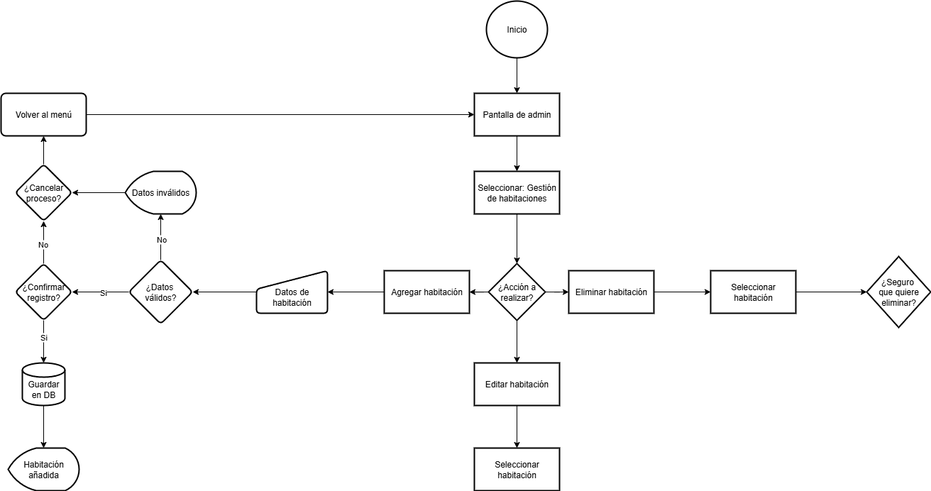
DjGuetta/App-Hotel-Management keeps this draw.io diagram as Flujograma de gestión de habitaciones.png. Above is the earlier version. Source tidied: cells renumbered, new cells last; positions are measured from the earlier drawing's top-left corner, leaving out a move shared by most shapes.
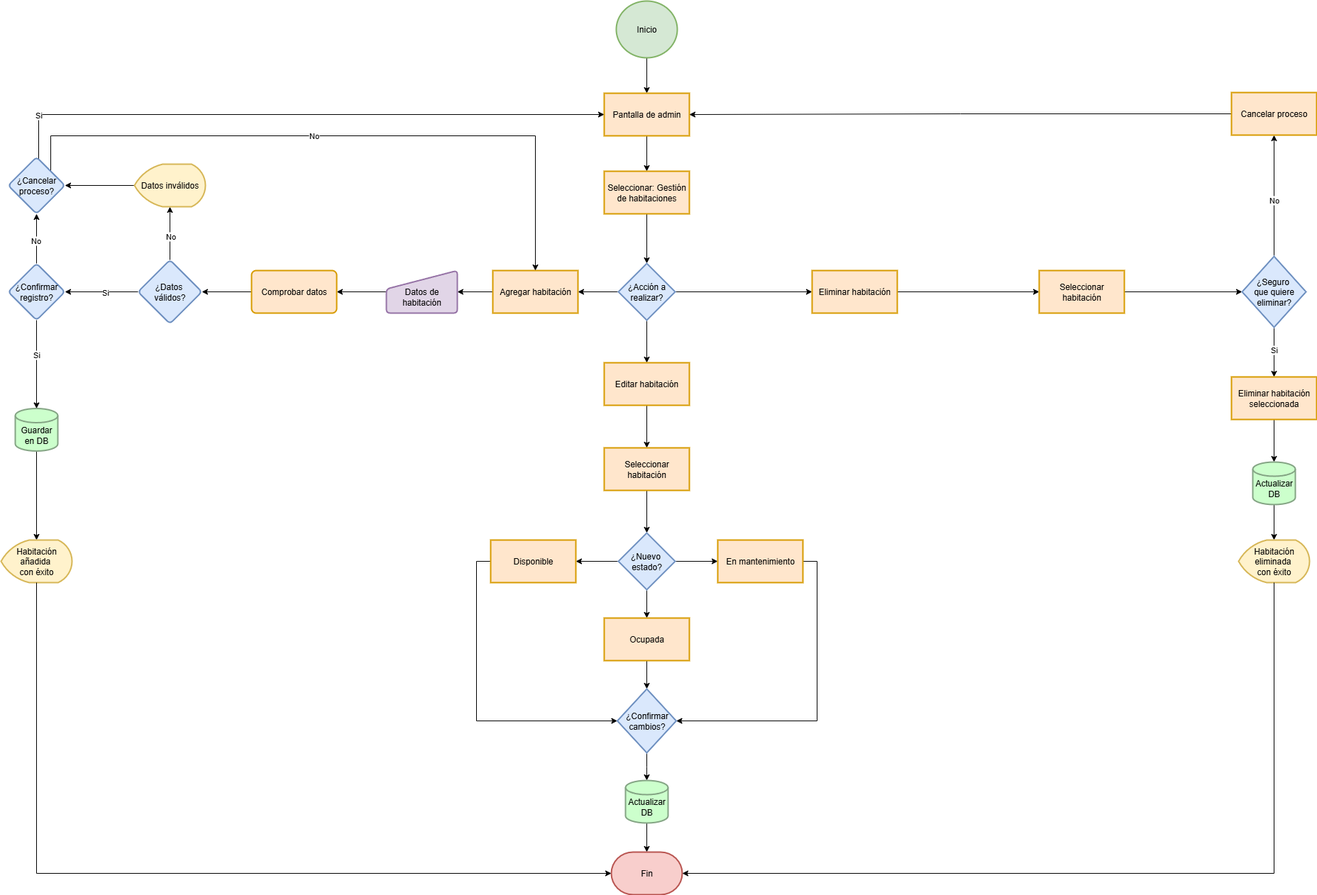
After the change.

Commit message:
Culminación de flujograma

Change to the diagram source:
```diff
@@ -5,19 +5,19 @@
     <mxCell id="2" style="edgeStyle=orthogonalEdgeStyle;rounded=0;jettySize=auto;html=1;" parent="1" edge="1" source="3" target="5">
       <mxGeometry relative="1" as="geometry" />
     </mxCell>
-    <mxCell id="3" value="Inicio" style="strokeWidth=2;html=1;shape=mxgraph.flowchart.start_2;whiteSpace=wrap;" parent="1" vertex="1">
+    <mxCell id="3" value="Inicio" style="strokeWidth=2;html=1;shape=mxgraph.flowchart.start_2;whiteSpace=wrap;fillColor=#d5e8d4;strokeColor=#82b366;" parent="1" vertex="1">
       <mxGeometry x="684" width="86" height="80" as="geometry" />
     </mxCell>
     <mxCell id="4" style="edgeStyle=orthogonalEdgeStyle;rounded=0;jettySize=auto;html=1;" parent="1" edge="1" source="5" target="7">
       <mxGeometry relative="1" as="geometry" />
     </mxCell>
-    <mxCell id="5" value="Pantalla de admin" style="whiteSpace=wrap;html=1;strokeWidth=2;" parent="1" vertex="1">
+    <mxCell id="5" value="Pantalla de admin" style="whiteSpace=wrap;html=1;strokeWidth=2;fillColor=#ffe6cc;strokeColor=#d79b00;" parent="1" vertex="1">
       <mxGeometry x="667" y="130" width="120" height="60" as="geometry" />
     </mxCell>
     <mxCell id="6" style="edgeStyle=orthogonalEdgeStyle;rounded=0;jettySize=auto;html=1;" parent="1" edge="1" source="7" target="11">
       <mxGeometry relative="1" as="geometry" />
     </mxCell>
-    <mxCell id="7" value="Seleccionar: Gestión de habitaciones" style="whiteSpace=wrap;html=1;strokeWidth=2;" parent="1" vertex="1">
+    <mxCell id="7" value="Seleccionar: Gestión de habitaciones" style="whiteSpace=wrap;html=1;strokeWidth=2;fillColor=#ffe6cc;strokeColor=#d79b00;" parent="1" vertex="1">
       <mxGeometry x="667" y="240" width="120" height="60" as="geometry" />
     </mxCell>
     <mxCell id="8" style="edgeStyle=orthogonalEdgeStyle;rounded=0;jettySize=auto;html=1;" parent="1" edge="1" source="11" target="13">
@@ -29,44 +29,61 @@
     <mxCell id="10" style="edgeStyle=orthogonalEdgeStyle;rounded=0;jettySize=auto;html=1;" parent="1" edge="1" source="11" target="17">
       <mxGeometry relative="1" as="geometry" />
     </mxCell>
-    <mxCell id="11" value="¿Acción a realizar?" style="rhombus;whiteSpace=wrap;html=1;strokeWidth=2;" parent="1" vertex="1">
+    <mxCell id="11" value="¿Acción a realizar?" style="rhombus;whiteSpace=wrap;html=1;strokeWidth=2;fillColor=#dae8fc;strokeColor=#6c8ebf;" parent="1" vertex="1">
       <mxGeometry x="687" y="370" width="80" height="80" as="geometry" />
     </mxCell>
     <mxCell id="12" style="edgeStyle=orthogonalEdgeStyle;rounded=0;jettySize=auto;html=1;" parent="1" edge="1" source="13" target="20">
       <mxGeometry relative="1" as="geometry" />
     </mxCell>
-    <mxCell id="13" value="Agregar habitación" style="whiteSpace=wrap;html=1;strokeWidth=2;" parent="1" vertex="1">
-      <mxGeometry x="540" y="380" width="120" height="60" as="geometry" />
+    <mxCell id="13" value="Agregar habitación" style="whiteSpace=wrap;html=1;strokeWidth=2;fillColor=#ffe6cc;strokeColor=#d79b00;" parent="1" vertex="1">
+      <mxGeometry x="510" y="380" width="120" height="60" as="geometry" />
     </mxCell>
     <mxCell id="14" style="edgeStyle=orthogonalEdgeStyle;rounded=0;jettySize=auto;html=1;" parent="1" edge="1" source="15" target="18">
       <mxGeometry relative="1" as="geometry" />
     </mxCell>
-    <mxCell id="15" value="Editar habitación" style="whiteSpace=wrap;html=1;strokeWidth=2;" parent="1" vertex="1">
+    <mxCell id="15" value="Editar habitación" style="whiteSpace=wrap;html=1;strokeWidth=2;fillColor=#ffe6cc;strokeColor=#d79b00;" parent="1" vertex="1">
       <mxGeometry x="667" y="510" width="120" height="60" as="geometry" />
     </mxCell>
     <mxCell id="16" style="edgeStyle=orthogonalEdgeStyle;rounded=0;jettySize=auto;html=1;" parent="1" edge="1" source="17" target="22">
       <mxGeometry relative="1" as="geometry" />
     </mxCell>
-    <mxCell id="17" value="Eliminar habitación" style="whiteSpace=wrap;html=1;strokeWidth=2;" parent="1" vertex="1">
-      <mxGeometry x="800" y="380" width="120" height="60" as="geometry" />
+    <mxCell id="17" value="Eliminar habitación" style="whiteSpace=wrap;html=1;strokeWidth=2;fillColor=#ffe6cc;strokeColor=#d79b00;" parent="1" vertex="1">
+      <mxGeometry x="960" y="380" width="120" height="60" as="geometry" />
     </mxCell>
+    <mxCell id="43" style="edgeStyle=orthogonalEdgeStyle;rounded=0;jettySize=auto;html=1;" parent="1" edge="1" source="18" target="64">
+      <mxGeometry relative="1" as="geometry" />
+    </mxCell>
-    <mxCell id="18" value="Seleccionar habitación" style="whiteSpace=wrap;html=1;strokeWidth=2;" parent="1" vertex="1">
+    <mxCell id="18" value="Seleccionar habitación" style="whiteSpace=wrap;html=1;strokeWidth=2;fillColor=#ffe6cc;strokeColor=#d79b00;" parent="1" vertex="1">
       <mxGeometry x="667" y="630" width="120" height="60" as="geometry" />
     </mxCell>
-    <mxCell id="19" style="edgeStyle=orthogonalEdgeStyle;rounded=0;jettySize=auto;html=1;" parent="1" edge="1" source="20" target="28">
-      <mxGeometry relative="1" as="geometry" />
-    </mxCell>
+    <mxCell id="44" style="edgeStyle=orthogonalEdgeStyle;rounded=0;jettySize=auto;html=1;" parent="1" edge="1" source="20" target="55">
+      <mxGeometry relative="1" as="geometry" />
+    </mxCell>
-    <mxCell id="20" value="&lt;div&gt;&lt;br&gt;&lt;/div&gt;Datos de habitación" style="html=1;strokeWidth=2;shape=manualInput;whiteSpace=wrap;rounded=1;size=26;arcSize=11;" parent="1" vertex="1">
+    <mxCell id="20" value="&lt;div&gt;&lt;br&gt;&lt;/div&gt;Datos de habitación" style="html=1;strokeWidth=2;shape=manualInput;whiteSpace=wrap;rounded=1;size=26;arcSize=11;fillColor=#e1d5e7;strokeColor=#9673a6;" parent="1" vertex="1">
       <mxGeometry x="360" y="380" width="100" height="60" as="geometry" />
     </mxCell>
     <mxCell id="21" style="edgeStyle=orthogonalEdgeStyle;rounded=0;jettySize=auto;html=1;" parent="1" edge="1" source="22" target="23">
       <mxGeometry relative="1" as="geometry" />
     </mxCell>
-    <mxCell id="22" value="Seleccionar habitación" style="whiteSpace=wrap;html=1;strokeWidth=2;" parent="1" vertex="1">
-      <mxGeometry x="1000" y="380" width="120" height="60" as="geometry" />
+    <mxCell id="22" value="Seleccionar habitación" style="whiteSpace=wrap;html=1;strokeWidth=2;fillColor=#ffe6cc;strokeColor=#d79b00;" parent="1" vertex="1">
+      <mxGeometry x="1280" y="380" width="120" height="60" as="geometry" />
     </mxCell>
+    <mxCell id="45" style="edgeStyle=orthogonalEdgeStyle;rounded=0;jettySize=auto;html=1;" parent="1" edge="1" source="23" target="53">
+      <mxGeometry relative="1" as="geometry" />
+    </mxCell>
+    <mxCell id="46" value="No" style="edgeLabel;html=1;align=center;verticalAlign=middle;" parent="45" vertex="1">
+      <mxGeometry x="-0.07" y="1" relative="1" as="geometry" />
+    </mxCell>
+    <mxCell id="47" style="edgeStyle=orthogonalEdgeStyle;rounded=0;jettySize=auto;html=1;" parent="1" edge="1" source="23" target="57">
+      <mxGeometry relative="1" as="geometry" />
+    </mxCell>
+    <mxCell id="48" value="Si" style="edgeLabel;html=1;align=center;verticalAlign=middle;" parent="47" vertex="1">
+      <mxGeometry x="-0.02" y="-1" relative="1" as="geometry">
+        <mxPoint y="-3" as="offset" />
+      </mxGeometry>
+    </mxCell>
-    <mxCell id="23" value="¿Seguro&amp;nbsp;&lt;div&gt;que quiere eliminar?&lt;/div&gt;" style="rhombus;whiteSpace=wrap;html=1;strokeWidth=2;" parent="1" vertex="1">
-      <mxGeometry x="1220" y="360" width="90" height="100" as="geometry" />
+    <mxCell id="23" value="¿Seguro&amp;nbsp;&lt;div&gt;que quiere eliminar?&lt;/div&gt;" style="rhombus;whiteSpace=wrap;html=1;strokeWidth=2;fillColor=#dae8fc;strokeColor=#6c8ebf;" parent="1" vertex="1">
+      <mxGeometry x="1566" y="360" width="90" height="100" as="geometry" />
     </mxCell>
     <mxCell id="24" style="edgeStyle=orthogonalEdgeStyle;rounded=0;jettySize=auto;html=1;" parent="1" edge="1" source="28" target="30">
       <mxGeometry relative="1" as="geometry" />
@@ -82,23 +99,23 @@
         <mxPoint x="-1" as="offset" />
       </mxGeometry>
     </mxCell>
-    <mxCell id="28" value="¿Datos&amp;nbsp;&lt;div&gt;válidos?&lt;/div&gt;" style="rhombus;whiteSpace=wrap;html=1;strokeWidth=2;rounded=1;arcSize=11;" parent="1" vertex="1">
-      <mxGeometry x="180" y="365" width="90" height="90" as="geometry" />
+    <mxCell id="28" value="¿Datos&amp;nbsp;&lt;div&gt;válidos?&lt;/div&gt;" style="rhombus;whiteSpace=wrap;html=1;strokeWidth=2;rounded=1;arcSize=11;fillColor=#dae8fc;strokeColor=#6c8ebf;" parent="1" vertex="1">
+      <mxGeometry x="10" y="365" width="90" height="90" as="geometry" />
     </mxCell>
     <mxCell id="29" style="edgeStyle=orthogonalEdgeStyle;rounded=0;jettySize=auto;html=1;" parent="1" edge="1" source="30" target="40">
       <mxGeometry relative="1" as="geometry" />
     </mxCell>
-    <mxCell id="30" value="Datos inválidos" style="strokeWidth=2;html=1;shape=mxgraph.flowchart.display;whiteSpace=wrap;" parent="1" vertex="1">
-      <mxGeometry x="175" y="240" width="100" height="60" as="geometry" />
+    <mxCell id="30" value="Datos inválidos" style="strokeWidth=2;html=1;shape=mxgraph.flowchart.display;whiteSpace=wrap;fillColor=#fff2cc;strokeColor=#d6b656;" parent="1" vertex="1">
+      <mxGeometry x="5" y="230" width="100" height="60" as="geometry" />
     </mxCell>
     <mxCell id="31" style="edgeStyle=orthogonalEdgeStyle;rounded=0;jettySize=auto;html=1;" parent="1" edge="1" source="32" target="33">
       <mxGeometry relative="1" as="geometry" />
     </mxCell>
-    <mxCell id="32" value="&lt;div&gt;&lt;br&gt;&lt;/div&gt;Guardar en DB" style="strokeWidth=2;html=1;shape=mxgraph.flowchart.database;whiteSpace=wrap;" parent="1" vertex="1">
-      <mxGeometry x="30" y="510" width="60" height="60" as="geometry" />
+    <mxCell id="32" value="&lt;div&gt;&lt;br&gt;&lt;/div&gt;Guardar en DB" style="strokeWidth=2;html=1;shape=mxgraph.flowchart.database;whiteSpace=wrap;fillColor=#CCFFCC;strokeColor=#84A484;" parent="1" vertex="1">
+      <mxGeometry x="-163" y="574.5" width="60" height="60" as="geometry" />
     </mxCell>
-    <mxCell id="33" value="Habitación añadida" style="strokeWidth=2;html=1;shape=mxgraph.flowchart.display;whiteSpace=wrap;" parent="1" vertex="1">
-      <mxGeometry x="10" y="630" width="100" height="60" as="geometry" />
+    <mxCell id="33" value="Habitación añadida&amp;nbsp;&lt;div&gt;con éxito&lt;/div&gt;" style="strokeWidth=2;html=1;shape=mxgraph.flowchart.display;whiteSpace=wrap;fillColor=#fff2cc;strokeColor=#d6b656;" parent="1" vertex="1">
+      <mxGeometry x="-183" y="760" width="100" height="60" as="geometry" />
     </mxCell>
     <mxCell id="34" style="edgeStyle=orthogonalEdgeStyle;rounded=0;jettySize=auto;html=1;" parent="1" edge="1" source="38" target="32">
       <mxGeometry relative="1" as="geometry" />
@@ -114,20 +131,112 @@
         <mxPoint y="-1" as="offset" />
       </mxGeometry>
     </mxCell>
-    <mxCell id="38" value="¿Confirmar registro?" style="rhombus;whiteSpace=wrap;html=1;strokeWidth=2;rounded=1;arcSize=11;" parent="1" vertex="1">
-      <mxGeometry x="20" y="370" width="80" height="80" as="geometry" />
+    <mxCell id="38" value="¿Confirmar registro?" style="rhombus;whiteSpace=wrap;html=1;strokeWidth=2;rounded=1;arcSize=11;fillColor=#dae8fc;strokeColor=#6c8ebf;" parent="1" vertex="1">
+      <mxGeometry x="-173" y="370" width="80" height="80" as="geometry" />
     </mxCell>
-    <mxCell id="39" style="edgeStyle=orthogonalEdgeStyle;rounded=0;jettySize=auto;html=1;" parent="1" edge="1" source="40" target="42">
-      <mxGeometry relative="1" as="geometry" />
+    <mxCell id="39" style="edgeStyle=orthogonalEdgeStyle;rounded=0;jettySize=auto;html=1;entryX=0;entryY=0.5;entryDx=0;entryDy=0;" parent="1" edge="1" source="40" target="5">
+      <mxGeometry relative="1" as="geometry">
+        <Array as="points">
+          <mxPoint x="-130" y="160" />
+        </Array>
+      </mxGeometry>
     </mxCell>
+    <mxCell id="49" value="Si" style="edgeLabel;html=1;align=center;verticalAlign=middle;" parent="39" vertex="1">
+      <mxGeometry x="-0.87" y="-1" relative="1" as="geometry">
+        <mxPoint x="-2" y="-9" as="offset" />
+      </mxGeometry>
+    </mxCell>
+    <mxCell id="50" style="edgeStyle=orthogonalEdgeStyle;rounded=0;jettySize=auto;html=1;exitX=1;exitY=0;exitDx=0;exitDy=0;entryX=0.5;entryY=0;entryDx=0;entryDy=0;" parent="1" edge="1" source="40" target="13">
+      <mxGeometry relative="1" as="geometry">
+        <Array as="points">
+          <mxPoint x="-113" y="190" />
+          <mxPoint x="570" y="190" />
+        </Array>
+      </mxGeometry>
+    </mxCell>
+    <mxCell id="51" value="No" style="edgeLabel;html=1;align=center;verticalAlign=middle;" parent="50" vertex="1">
+      <mxGeometry x="-0.09" y="1" relative="1" as="geometry" />
+    </mxCell>
-    <mxCell id="40" value="¿Cancelar proceso?" style="rhombus;whiteSpace=wrap;html=1;strokeWidth=2;rounded=1;arcSize=11;" parent="1" vertex="1">
-      <mxGeometry x="20" y="230" width="80" height="80" as="geometry" />
+    <mxCell id="40" value="¿Cancelar proceso?" style="rhombus;whiteSpace=wrap;html=1;strokeWidth=2;rounded=1;arcSize=11;fillColor=#dae8fc;strokeColor=#6c8ebf;" parent="1" vertex="1">
+      <mxGeometry x="-173" y="220" width="80" height="80" as="geometry" />
     </mxCell>
-    <mxCell id="41" style="edgeStyle=orthogonalEdgeStyle;rounded=0;jettySize=auto;html=1;exitX=1;exitY=0.5;exitDx=0;exitDy=0;entryX=0;entryY=0.5;entryDx=0;entryDy=0;" parent="1" edge="1" source="42" target="5">
-      <mxGeometry relative="1" as="geometry" />
-    </mxCell>
-    <mxCell id="42" value="Volver al menú" style="whiteSpace=wrap;html=1;strokeWidth=2;rounded=1;arcSize=11;" parent="1" vertex="1">
-      <mxGeometry y="130" width="120" height="60" as="geometry" />
-    </mxCell>
+    <mxCell id="52" style="edgeStyle=orthogonalEdgeStyle;rounded=0;jettySize=auto;html=1;exitX=0;exitY=0.5;exitDx=0;exitDy=0;entryX=1;entryY=0.5;entryDx=0;entryDy=0;" parent="1" edge="1" source="53" target="5">
+      <mxGeometry relative="1" as="geometry" />
+    </mxCell>
+    <mxCell id="53" value="Cancelar proceso" style="whiteSpace=wrap;html=1;strokeWidth=2;fillColor=#ffe6cc;strokeColor=#d79b00;" parent="1" vertex="1">
+      <mxGeometry x="1551" y="129" width="120" height="60" as="geometry" />
+    </mxCell>
+    <mxCell id="54" style="edgeStyle=orthogonalEdgeStyle;rounded=0;jettySize=auto;html=1;" parent="1" edge="1" source="55" target="28">
+      <mxGeometry relative="1" as="geometry" />
+    </mxCell>
+    <mxCell id="55" value="Comprobar datos" style="whiteSpace=wrap;html=1;strokeWidth=2;rounded=1;arcSize=11;fillColor=#ffe6cc;strokeColor=#d79b00;" parent="1" vertex="1">
+      <mxGeometry x="170" y="380" width="120" height="60" as="geometry" />
+    </mxCell>
+    <mxCell id="56" style="edgeStyle=orthogonalEdgeStyle;rounded=0;jettySize=auto;html=1;" parent="1" edge="1" source="57" target="59">
+      <mxGeometry relative="1" as="geometry" />
+    </mxCell>
+    <mxCell id="57" value="Eliminar habitación seleccionada" style="whiteSpace=wrap;html=1;strokeWidth=2;fillColor=#ffe6cc;strokeColor=#d79b00;" parent="1" vertex="1">
+      <mxGeometry x="1551" y="530" width="120" height="60" as="geometry" />
+    </mxCell>
+    <mxCell id="58" style="edgeStyle=orthogonalEdgeStyle;rounded=0;jettySize=auto;html=1;" parent="1" edge="1" source="59" target="60">
+      <mxGeometry relative="1" as="geometry" />
+    </mxCell>
+    <mxCell id="59" value="&lt;div&gt;&lt;br&gt;&lt;/div&gt;Actualizar&lt;div&gt;DB&lt;/div&gt;" style="strokeWidth=2;html=1;shape=mxgraph.flowchart.database;whiteSpace=wrap;fillColor=#CCFFCC;strokeColor=#84A484;" parent="1" vertex="1">
+      <mxGeometry x="1581" y="650" width="60" height="60" as="geometry" />
+    </mxCell>
+    <mxCell id="60" value="Habitación eliminada&amp;nbsp;&lt;div&gt;con éxito&lt;/div&gt;" style="strokeWidth=2;html=1;shape=mxgraph.flowchart.display;whiteSpace=wrap;fillColor=#fff2cc;strokeColor=#d6b656;" parent="1" vertex="1">
+      <mxGeometry x="1561" y="760" width="100" height="60" as="geometry" />
+    </mxCell>
+    <mxCell id="61" style="edgeStyle=orthogonalEdgeStyle;rounded=0;jettySize=auto;html=1;" parent="1" edge="1" source="64" target="66">
+      <mxGeometry relative="1" as="geometry" />
+    </mxCell>
+    <mxCell id="62" style="edgeStyle=orthogonalEdgeStyle;rounded=0;jettySize=auto;html=1;" parent="1" edge="1" source="64" target="68">
+      <mxGeometry relative="1" as="geometry" />
+    </mxCell>
+    <mxCell id="63" style="edgeStyle=orthogonalEdgeStyle;rounded=0;jettySize=auto;html=1;" parent="1" edge="1" source="64" target="70">
+      <mxGeometry relative="1" as="geometry" />
+    </mxCell>
+    <mxCell id="64" value="¿Nuevo&amp;nbsp;&lt;div&gt;estado?&lt;/div&gt;" style="rhombus;whiteSpace=wrap;html=1;strokeWidth=2;fillColor=#dae8fc;strokeColor=#6c8ebf;" parent="1" vertex="1">
+      <mxGeometry x="687" y="750" width="80" height="80" as="geometry" />
+    </mxCell>
+    <mxCell id="65" style="edgeStyle=orthogonalEdgeStyle;rounded=0;jettySize=auto;html=1;exitX=0;exitY=0.5;exitDx=0;exitDy=0;entryX=0;entryY=0.5;entryDx=0;entryDy=0;" parent="1" edge="1" source="66" target="72">
+      <mxGeometry relative="1" as="geometry" />
+    </mxCell>
+    <mxCell id="66" value="Disponible" style="whiteSpace=wrap;html=1;strokeWidth=2;fillColor=#ffe6cc;strokeColor=#d79b00;" parent="1" vertex="1">
+      <mxGeometry x="507" y="760" width="120" height="60" as="geometry" />
+    </mxCell>
+    <mxCell id="67" style="edgeStyle=orthogonalEdgeStyle;rounded=0;jettySize=auto;html=1;" parent="1" edge="1" source="68" target="72">
+      <mxGeometry relative="1" as="geometry" />
+    </mxCell>
+    <mxCell id="68" value="Ocupada" style="whiteSpace=wrap;html=1;strokeWidth=2;fillColor=#ffe6cc;strokeColor=#d79b00;" parent="1" vertex="1">
+      <mxGeometry x="667" y="870" width="120" height="60" as="geometry" />
+    </mxCell>
+    <mxCell id="69" style="edgeStyle=orthogonalEdgeStyle;rounded=0;jettySize=auto;html=1;exitX=1;exitY=0.5;exitDx=0;exitDy=0;entryX=1;entryY=0.5;entryDx=0;entryDy=0;" parent="1" edge="1" source="70" target="72">
+      <mxGeometry relative="1" as="geometry" />
+    </mxCell>
+    <mxCell id="70" value="En mantenimiento" style="whiteSpace=wrap;html=1;strokeWidth=2;fillColor=#ffe6cc;strokeColor=#d79b00;" parent="1" vertex="1">
+      <mxGeometry x="827" y="760" width="120" height="60" as="geometry" />
+    </mxCell>
+    <mxCell id="71" style="edgeStyle=orthogonalEdgeStyle;rounded=0;jettySize=auto;html=1;" parent="1" edge="1" source="72" target="74">
+      <mxGeometry relative="1" as="geometry" />
+    </mxCell>
+    <mxCell id="72" value="¿Confirmar cambios?" style="rhombus;whiteSpace=wrap;html=1;strokeWidth=2;fillColor=#dae8fc;strokeColor=#6c8ebf;" parent="1" vertex="1">
+      <mxGeometry x="685.5" y="970" width="83" height="90" as="geometry" />
+    </mxCell>
+    <mxCell id="73" style="edgeStyle=orthogonalEdgeStyle;rounded=0;jettySize=auto;html=1;" parent="1" edge="1" source="74" target="75">
+      <mxGeometry relative="1" as="geometry" />
+    </mxCell>
+    <mxCell id="74" value="&lt;div&gt;&lt;br&gt;&lt;/div&gt;Actualizar&lt;div&gt;DB&lt;/div&gt;" style="strokeWidth=2;html=1;shape=mxgraph.flowchart.database;whiteSpace=wrap;fillColor=#CCFFCC;strokeColor=#84A484;" parent="1" vertex="1">
+      <mxGeometry x="697" y="1099" width="60" height="60" as="geometry" />
+    </mxCell>
+    <mxCell id="75" value="Fin" style="strokeWidth=2;html=1;shape=mxgraph.flowchart.terminator;whiteSpace=wrap;fillColor=#f8cecc;strokeColor=#b85450;" parent="1" vertex="1">
+      <mxGeometry x="677" y="1200" width="100" height="60" as="geometry" />
+    </mxCell>
+    <mxCell id="76" style="edgeStyle=orthogonalEdgeStyle;rounded=0;jettySize=auto;html=1;exitX=0.5;exitY=1;exitDx=0;exitDy=0;exitPerimeter=0;entryX=1;entryY=0.5;entryDx=0;entryDy=0;entryPerimeter=0;" parent="1" edge="1" source="60" target="75">
+      <mxGeometry relative="1" as="geometry" />
+    </mxCell>
+    <mxCell id="77" style="edgeStyle=orthogonalEdgeStyle;rounded=0;jettySize=auto;html=1;exitX=0.5;exitY=1;exitDx=0;exitDy=0;exitPerimeter=0;entryX=0;entryY=0.5;entryDx=0;entryDy=0;entryPerimeter=0;" parent="1" edge="1" source="33" target="75">
+      <mxGeometry relative="1" as="geometry" />
+    </mxCell>
   </root>
 </mxGraphModel>
```
